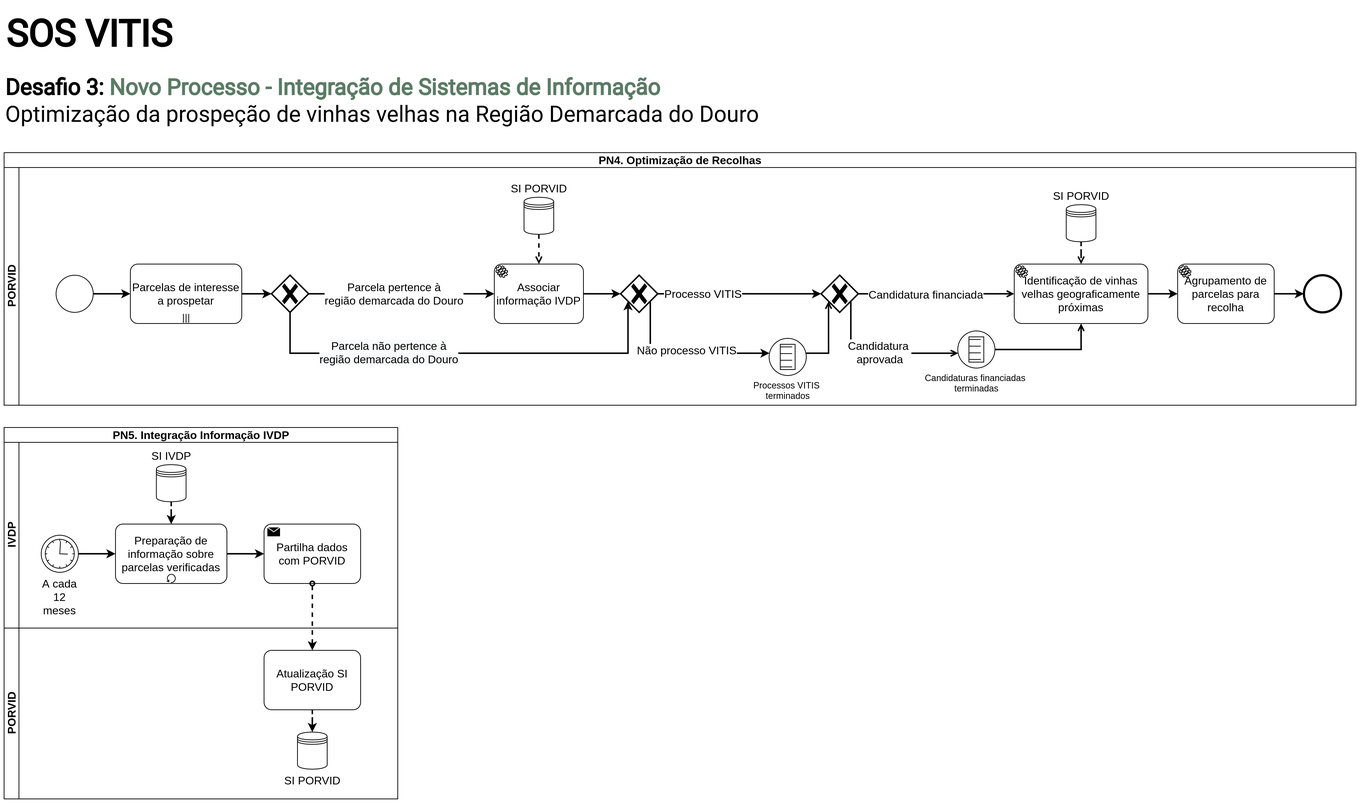
The draw.io diagram docs/diagramas/desafio3/export/desafio3-novo-SI.png in hdiogosilva/sos-vitis, before a commit. Source tidied: cells renumbered, new cells last; positions are measured from the earlier drawing's top-left corner, leaving out a move shared by most shapes.
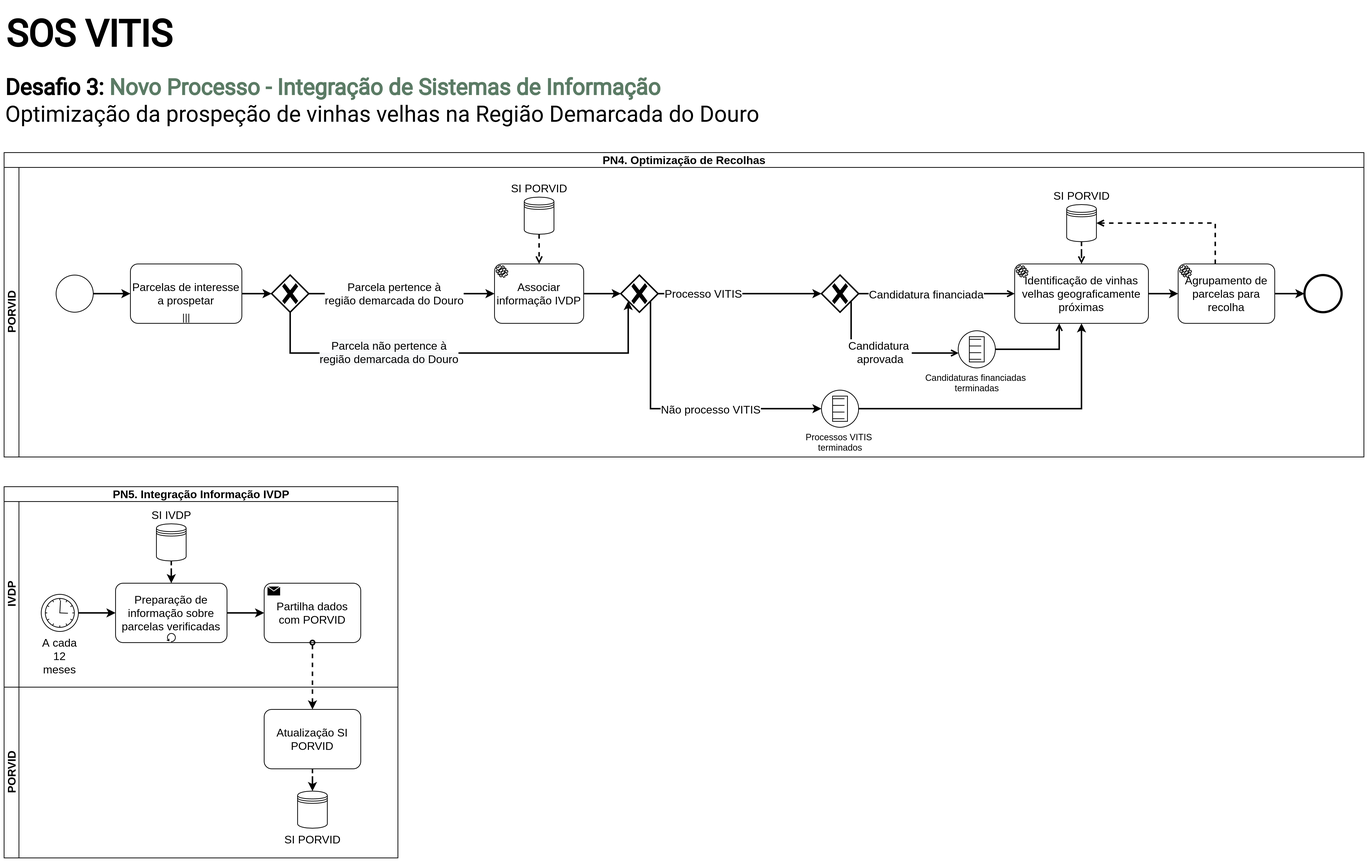
The same file after the commit.

Commit message:
Update BPMN Desafio 3

Change to the diagram source:
```diff
@@ -9,10 +9,10 @@
       <mxGeometry width="230" height="80" as="geometry" />
     </mxCell>
     <mxCell id="4" value="&lt;span style=&quot;font-size: 15px ; background-color: rgb(255 , 255 , 255)&quot;&gt;PN4. Optimização de Recolhas&lt;/span&gt;" style="swimlane;html=1;horizontal=1;startSize=20;" parent="1" vertex="1">
-      <mxGeometry y="200" width="1820" height="340" as="geometry" />
+      <mxGeometry y="200" width="1830" height="410" as="geometry" />
     </mxCell>
     <mxCell id="5" value="&lt;span style=&quot;font-size: 15px&quot;&gt;PORVID&lt;/span&gt;" style="swimlane;html=1;startSize=20;horizontal=0;" parent="4" vertex="1">
-      <mxGeometry y="20" width="1820" height="320" as="geometry" />
+      <mxGeometry y="20" width="1830" height="390" as="geometry" />
     </mxCell>
     <mxCell id="6" style="edgeStyle=orthogonalEdgeStyle;rounded=0;jumpStyle=arc;jettySize=auto;html=1;labelBackgroundColor=default;fontSize=15;startArrow=none;startFill=0;endArrow=open;endFill=0;strokeWidth=2;dashed=1;" parent="5" edge="1" source="7" target="35">
       <mxGeometry relative="1" as="geometry" />
@@ -29,19 +29,19 @@
     <mxCell id="10" style="edgeStyle=orthogonalEdgeStyle;rounded=0;jettySize=auto;html=1;fontSize=15;startArrow=none;startFill=0;endArrow=classic;endFill=1;strokeWidth=2;" parent="5" edge="1" source="8" target="22">
       <mxGeometry relative="1" as="geometry">
         <Array as="points">
-          <mxPoint x="870" y="250" />
+          <mxPoint x="870" y="325" />
         </Array>
       </mxGeometry>
     </mxCell>
     <mxCell id="11" value="Não processo VITIS" style="edgeLabel;html=1;align=center;verticalAlign=middle;fontSize=15;" parent="10" vertex="1">
       <mxGeometry x="-0.1" y="-1" relative="1" as="geometry">
-        <mxPoint x="14" y="-6" as="offset" />
+        <mxPoint x="56" y="-1" as="offset" />
       </mxGeometry>
     </mxCell>
-    <mxCell id="12" style="edgeStyle=orthogonalEdgeStyle;rounded=0;jettySize=auto;html=1;startArrow=none;startFill=0;endArrow=classic;endFill=1;strokeWidth=2;" parent="5" edge="1" source="37" target="16">
+    <mxCell id="12" style="edgeStyle=orthogonalEdgeStyle;rounded=0;jettySize=auto;html=1;startArrow=none;startFill=0;endArrow=classic;endFill=1;strokeWidth=2;" parent="5" edge="1" source="38" target="16">
       <mxGeometry relative="1" as="geometry" />
     </mxCell>
-    <mxCell id="13" style="edgeStyle=orthogonalEdgeStyle;rounded=0;jettySize=auto;html=1;fontSize=15;startArrow=none;startFill=0;endArrow=classic;endFill=1;strokeWidth=2;" parent="5" edge="1" source="36" target="37">
+    <mxCell id="13" style="edgeStyle=orthogonalEdgeStyle;rounded=0;jettySize=auto;html=1;fontSize=15;startArrow=none;startFill=0;endArrow=classic;endFill=1;strokeWidth=2;" parent="5" edge="1" source="36" target="38">
       <mxGeometry relative="1" as="geometry" />
     </mxCell>
     <mxCell id="14" style="edgeStyle=orthogonalEdgeStyle;rounded=0;jettySize=auto;html=1;dashed=1;fontSize=15;startArrow=none;startFill=0;endArrow=open;endFill=0;strokeWidth=2;" parent="5" edge="1" source="15" target="36">
@@ -65,15 +65,11 @@
     <mxCell id="20" value="Parcelas de interesse a prospetar" style="points=[[0.25,0,0],[0.5,0,0],[0.75,0,0],[1,0.25,0],[1,0.5,0],[1,0.75,0],[0.75,1,0],[0.5,1,0],[0.25,1,0],[0,0.75,0],[0,0.5,0],[0,0.25,0]];shape=mxgraph.bpmn.task;whiteSpace=wrap;rectStyle=rounded;size=10;taskMarker=abstract;isLoopMultiParallel=1;fontSize=15;strokeWidth=1;" parent="5" vertex="1">
       <mxGeometry x="170" y="130" width="150" height="80" as="geometry" />
     </mxCell>
-    <mxCell id="21" style="edgeStyle=orthogonalEdgeStyle;rounded=0;jumpStyle=arc;jettySize=auto;html=1;labelBackgroundColor=default;fontSize=15;startArrow=none;startFill=0;endArrow=open;endFill=0;strokeWidth=2;" parent="5" edge="1" source="22" target="32">
-      <mxGeometry relative="1" as="geometry">
-        <Array as="points">
-          <mxPoint x="1110" y="250" />
-        </Array>
-      </mxGeometry>
+    <mxCell id="21" style="edgeStyle=orthogonalEdgeStyle;rounded=0;jettySize=auto;html=1;strokeWidth=2;" parent="5" edge="1" source="22" target="36">
+      <mxGeometry relative="1" as="geometry" />
     </mxCell>
     <mxCell id="22" value="Processos VITIS &lt;br&gt;terminados" style="points=[[0.145,0.145,0],[0.5,0,0],[0.855,0.145,0],[1,0.5,0],[0.855,0.855,0],[0.5,1,0],[0.145,0.855,0],[0,0.5,0]];shape=mxgraph.bpmn.event;html=1;verticalLabelPosition=bottom;labelBackgroundColor=#ffffff;verticalAlign=top;align=center;perimeter=ellipsePerimeter;outlineConnect=0;outline=standard;symbol=conditional;fillColor=none;" parent="5" vertex="1">
-      <mxGeometry x="1030" y="230" width="50" height="50" as="geometry" />
+      <mxGeometry x="1100" y="300" width="50" height="50" as="geometry" />
     </mxCell>
     <mxCell id="23" value="Parcela pertence à&lt;br&gt;região demarcada do Douro" style="edgeStyle=orthogonalEdgeStyle;rounded=0;jumpStyle=arc;jettySize=auto;html=1;labelBackgroundColor=default;fontSize=15;startArrow=none;startFill=0;endArrow=classic;endFill=1;strokeWidth=2;" parent="5" edge="1" source="26" target="35">
       <mxGeometry x="-0.07" relative="1" as="geometry">
@@ -121,7 +117,11 @@
       <mxGeometry x="1100" y="145" width="50" height="50" as="geometry" />
     </mxCell>
     <mxCell id="33" style="edgeStyle=orthogonalEdgeStyle;rounded=0;jumpStyle=arc;jettySize=auto;html=1;labelBackgroundColor=default;fontSize=15;startArrow=none;startFill=0;endArrow=open;endFill=0;strokeWidth=2;" parent="5" edge="1" source="34" target="36">
-      <mxGeometry relative="1" as="geometry" />
+      <mxGeometry relative="1" as="geometry">
+        <Array as="points">
+          <mxPoint x="1420" y="245" />
+        </Array>
+      </mxGeometry>
     </mxCell>
     <mxCell id="34" value="Candidaturas financiadas &lt;br&gt;terminadas" style="points=[[0.145,0.145,0],[0.5,0,0],[0.855,0.145,0],[1,0.5,0],[0.855,0.855,0],[0.5,1,0],[0.145,0.855,0],[0,0.5,0]];shape=mxgraph.bpmn.event;html=1;verticalLabelPosition=bottom;labelBackgroundColor=#ffffff;verticalAlign=top;align=center;perimeter=ellipsePerimeter;outlineConnect=0;outline=standard;symbol=conditional;fillColor=none;" parent="5" vertex="1">
       <mxGeometry x="1284" y="220" width="50" height="50" as="geometry" />
@@ -132,55 +132,62 @@
     <mxCell id="36" value="Identificação de vinhas velhas geograficamente próximas" style="points=[[0.25,0,0],[0.5,0,0],[0.75,0,0],[1,0.25,0],[1,0.5,0],[1,0.75,0],[0.75,1,0],[0.5,1,0],[0.25,1,0],[0,0.75,0],[0,0.5,0],[0,0.25,0]];shape=mxgraph.bpmn.task;whiteSpace=wrap;rectStyle=rounded;size=10;taskMarker=service;fontSize=15;" parent="5" vertex="1">
       <mxGeometry x="1360" y="130" width="180" height="80" as="geometry" />
     </mxCell>
-    <mxCell id="37" value="Agrupamento de parcelas para recolha" style="points=[[0.25,0,0],[0.5,0,0],[0.75,0,0],[1,0.25,0],[1,0.5,0],[1,0.75,0],[0.75,1,0],[0.5,1,0],[0.25,1,0],[0,0.75,0],[0,0.5,0],[0,0.25,0]];shape=mxgraph.bpmn.task;whiteSpace=wrap;rectStyle=rounded;size=10;taskMarker=service;fontSize=15;" parent="5" vertex="1">
-      <mxGeometry x="1580" y="130" width="130" height="80" as="geometry" />
+    <mxCell id="37" style="edgeStyle=orthogonalEdgeStyle;rounded=0;jettySize=auto;html=1;entryX=1;entryY=0.5;entryDx=0;entryDy=0;strokeWidth=2;dashed=1;endArrow=open;endFill=0;" parent="5" edge="1" source="38" target="15">
+      <mxGeometry relative="1" as="geometry">
+        <Array as="points">
+          <mxPoint x="1630" y="75" />
+        </Array>
+      </mxGeometry>
     </mxCell>
-    <mxCell id="38" value="&lt;span style=&quot;background-color: rgb(255 , 255 , 255)&quot;&gt;PN5. Integração Informação IVDP&lt;/span&gt;" style="swimlane;html=1;horizontal=1;startSize=20;fontSize=15;" parent="1" vertex="1">
-      <mxGeometry y="570" width="530" height="500" as="geometry" />
+    <mxCell id="38" value="Agrupamento de parcelas para recolha" style="points=[[0.25,0,0],[0.5,0,0],[0.75,0,0],[1,0.25,0],[1,0.5,0],[1,0.75,0],[0.75,1,0],[0.5,1,0],[0.25,1,0],[0,0.75,0],[0,0.5,0],[0,0.25,0]];shape=mxgraph.bpmn.task;whiteSpace=wrap;rectStyle=rounded;size=10;taskMarker=service;fontSize=15;" parent="5" vertex="1">
+      <mxGeometry x="1580" y="130" width="130" height="80" as="geometry" />
     </mxCell>
-    <mxCell id="39" value="IVDP" style="swimlane;html=1;startSize=20;horizontal=0;fontSize=15;" parent="38" vertex="1">
-      <mxGeometry y="20" width="530" height="250" as="geometry" />
+    <mxCell id="39" value="&lt;span style=&quot;background-color: rgb(255 , 255 , 255)&quot;&gt;PN5. Integração Informação IVDP&lt;/span&gt;" style="swimlane;html=1;horizontal=1;startSize=20;fontSize=15;" parent="1" vertex="1">
+      <mxGeometry y="650" width="530" height="500" as="geometry" />
     </mxCell>
-    <mxCell id="40" value="SI IVDP" style="shape=datastore;labelPosition=center;verticalLabelPosition=top;align=center;verticalAlign=bottom;rounded=0;shadow=0;glass=0;sketch=0;fontSize=15;html=1;" parent="39" vertex="1">
-      <mxGeometry x="205" y="30" width="40" height="50" as="geometry" />
+    <mxCell id="40" value="IVDP" style="swimlane;html=1;startSize=20;horizontal=0;fontSize=15;" parent="39" vertex="1">
+      <mxGeometry y="20" width="530" height="250" as="geometry" />
     </mxCell>
-    <mxCell id="41" value="Partilha dados com PORVID" style="points=[[0.25,0,0],[0.5,0,0],[0.75,0,0],[1,0.25,0],[1,0.5,0],[1,0.75,0],[0.75,1,0],[0.5,1,0],[0.25,1,0],[0,0.75,0],[0,0.5,0],[0,0.25,0]];shape=mxgraph.bpmn.task;whiteSpace=wrap;rectStyle=rounded;size=10;taskMarker=send;rounded=0;shadow=0;glass=0;sketch=0;fontSize=15;align=center;verticalAlign=middle;html=1;strokeWidth=1;" parent="39" vertex="1">
-      <mxGeometry x="350" y="110" width="130" height="80" as="geometry" />
+    <mxCell id="41" value="SI IVDP" style="shape=datastore;labelPosition=center;verticalLabelPosition=top;align=center;verticalAlign=bottom;rounded=0;shadow=0;glass=0;sketch=0;fontSize=15;html=1;" parent="40" vertex="1">
+      <mxGeometry x="205" y="30" width="40" height="50" as="geometry" />
     </mxCell>
-    <mxCell id="42" value="&lt;span style=&quot;font-family: &amp;#34;helvetica&amp;#34;&quot;&gt;Preparação de informação sobre parcelas verificadas&lt;/span&gt;" style="points=[[0.25,0,0],[0.5,0,0],[0.75,0,0],[1,0.25,0],[1,0.5,0],[1,0.75,0],[0.75,1,0],[0.5,1,0],[0.25,1,0],[0,0.75,0],[0,0.5,0],[0,0.25,0]];shape=mxgraph.bpmn.task;whiteSpace=wrap;rectStyle=rounded;size=10;taskMarker=abstract;isLoopStandard=1;fontFamily=Roboto;fontSource=https%3A%2F%2Ffonts.googleapis.com%2Fcss%3Ffamily%3DRoboto;fontSize=15;fontColor=#000000;strokeColor=default;strokeWidth=1;fillColor=default;gradientColor=none;html=1;" parent="39" vertex="1">
-      <mxGeometry x="150" y="110" width="150" height="80" as="geometry" />
+    <mxCell id="42" value="Partilha dados com PORVID" style="points=[[0.25,0,0],[0.5,0,0],[0.75,0,0],[1,0.25,0],[1,0.5,0],[1,0.75,0],[0.75,1,0],[0.5,1,0],[0.25,1,0],[0,0.75,0],[0,0.5,0],[0,0.25,0]];shape=mxgraph.bpmn.task;whiteSpace=wrap;rectStyle=rounded;size=10;taskMarker=send;rounded=0;shadow=0;glass=0;sketch=0;fontSize=15;align=center;verticalAlign=middle;html=1;strokeWidth=1;" parent="40" vertex="1">
+      <mxGeometry x="350" y="110" width="130" height="80" as="geometry" />
     </mxCell>
-    <mxCell id="43" style="edgeStyle=orthogonalEdgeStyle;rounded=0;jumpStyle=arc;jettySize=auto;html=1;labelBackgroundColor=default;fontSize=15;startArrow=none;startFill=0;endArrow=classic;endFill=1;strokeWidth=2;" parent="39" edge="1" source="46" target="42">
-      <mxGeometry relative="1" as="geometry" />
+    <mxCell id="43" value="&lt;span style=&quot;font-family: &amp;#34;helvetica&amp;#34;&quot;&gt;Preparação de informação sobre parcelas verificadas&lt;/span&gt;" style="points=[[0.25,0,0],[0.5,0,0],[0.75,0,0],[1,0.25,0],[1,0.5,0],[1,0.75,0],[0.75,1,0],[0.5,1,0],[0.25,1,0],[0,0.75,0],[0,0.5,0],[0,0.25,0]];shape=mxgraph.bpmn.task;whiteSpace=wrap;rectStyle=rounded;size=10;taskMarker=abstract;isLoopStandard=1;fontFamily=Roboto;fontSource=https%3A%2F%2Ffonts.googleapis.com%2Fcss%3Ffamily%3DRoboto;fontSize=15;fontColor=#000000;strokeColor=default;strokeWidth=1;fillColor=default;gradientColor=none;html=1;" parent="40" vertex="1">
+      <mxGeometry x="150" y="110" width="150" height="80" as="geometry" />
     </mxCell>
-    <mxCell id="44" style="edgeStyle=orthogonalEdgeStyle;rounded=0;jettySize=auto;html=1;fontSize=15;startArrow=none;startFill=0;endArrow=classic;endFill=1;strokeWidth=2;dashed=1;" parent="39" edge="1" source="40" target="42">
+    <mxCell id="44" style="edgeStyle=orthogonalEdgeStyle;rounded=0;jumpStyle=arc;jettySize=auto;html=1;labelBackgroundColor=default;fontSize=15;startArrow=none;startFill=0;endArrow=classic;endFill=1;strokeWidth=2;" parent="40" edge="1" source="47" target="43">
       <mxGeometry relative="1" as="geometry" />
     </mxCell>
-    <mxCell id="45" style="edgeStyle=orthogonalEdgeStyle;rounded=0;jettySize=auto;html=1;fontSize=15;startArrow=none;startFill=0;endArrow=classic;endFill=1;strokeWidth=2;" parent="39" edge="1" source="42" target="41">
+    <mxCell id="45" style="edgeStyle=orthogonalEdgeStyle;rounded=0;jettySize=auto;html=1;fontSize=15;startArrow=none;startFill=0;endArrow=classic;endFill=1;strokeWidth=2;dashed=1;" parent="40" edge="1" source="41" target="43">
       <mxGeometry relative="1" as="geometry" />
     </mxCell>
-    <mxCell id="46" value="A cada 12 meses" style="points=[[0.145,0.145,0],[0.5,0,0],[0.855,0.145,0],[1,0.5,0],[0.855,0.855,0],[0.5,1,0],[0.145,0.855,0],[0,0.5,0]];shape=mxgraph.bpmn.event;html=1;verticalLabelPosition=bottom;labelBackgroundColor=#ffffff;verticalAlign=top;align=center;perimeter=ellipsePerimeter;outlineConnect=0;outline=standard;symbol=timer;fontSize=15;whiteSpace=wrap;" parent="39" vertex="1">
-      <mxGeometry x="50" y="125" width="50" height="50" as="geometry" />
+    <mxCell id="46" style="edgeStyle=orthogonalEdgeStyle;rounded=0;jettySize=auto;html=1;fontSize=15;startArrow=none;startFill=0;endArrow=classic;endFill=1;strokeWidth=2;" parent="40" edge="1" source="43" target="42">
+      <mxGeometry relative="1" as="geometry" />
     </mxCell>
-    <mxCell id="47" value="PORVID" style="swimlane;html=1;startSize=20;horizontal=0;fontSize=15;" parent="38" vertex="1">
-      <mxGeometry y="270" width="530" height="230" as="geometry" />
+    <mxCell id="47" value="A cada 12 meses" style="points=[[0.145,0.145,0],[0.5,0,0],[0.855,0.145,0],[1,0.5,0],[0.855,0.855,0],[0.5,1,0],[0.145,0.855,0],[0,0.5,0]];shape=mxgraph.bpmn.event;html=1;verticalLabelPosition=bottom;labelBackgroundColor=#ffffff;verticalAlign=top;align=center;perimeter=ellipsePerimeter;outlineConnect=0;outline=standard;symbol=timer;fontSize=15;whiteSpace=wrap;" parent="40" vertex="1">
+      <mxGeometry x="50" y="125" width="50" height="50" as="geometry" />
     </mxCell>
-    <mxCell id="48" style="edgeStyle=orthogonalEdgeStyle;rounded=0;jettySize=auto;html=1;dashed=1;fontSize=15;strokeWidth=2;" parent="47" edge="1" source="49" target="50">
-      <mxGeometry relative="1" as="geometry" />
+    <mxCell id="48" value="PORVID" style="swimlane;html=1;startSize=20;horizontal=0;fontSize=15;" parent="39" vertex="1">
+      <mxGeometry y="270" width="530" height="230" as="geometry" />
     </mxCell>
-    <mxCell id="49" value="Atualização SI PORVID" style="points=[[0.25,0,0],[0.5,0,0],[0.75,0,0],[1,0.25,0],[1,0.5,0],[1,0.75,0],[0.75,1,0],[0.5,1,0],[0.25,1,0],[0,0.75,0],[0,0.5,0],[0,0.25,0]];shape=mxgraph.bpmn.task;whiteSpace=wrap;rectStyle=rounded;size=10;taskMarker=abstract;rounded=0;shadow=0;glass=0;sketch=0;fontSize=15;align=center;verticalAlign=middle;html=1;" parent="47" vertex="1">
-      <mxGeometry x="350" y="30" width="130" height="80" as="geometry" />
+    <mxCell id="49" style="edgeStyle=orthogonalEdgeStyle;rounded=0;jettySize=auto;html=1;dashed=1;fontSize=15;strokeWidth=2;" parent="48" edge="1" source="50" target="51">
+      <mxGeometry relative="1" as="geometry" />
     </mxCell>
-    <mxCell id="50" value="SI PORVID" style="shape=datastore;labelPosition=center;verticalLabelPosition=bottom;align=center;verticalAlign=top;rounded=0;shadow=0;glass=0;sketch=0;fontSize=15;html=1;" parent="47" vertex="1">
-      <mxGeometry x="395" y="140" width="40" height="50" as="geometry" />
+    <mxCell id="50" value="Atualização SI PORVID" style="points=[[0.25,0,0],[0.5,0,0],[0.75,0,0],[1,0.25,0],[1,0.5,0],[1,0.75,0],[0.75,1,0],[0.5,1,0],[0.25,1,0],[0,0.75,0],[0,0.5,0],[0,0.25,0]];shape=mxgraph.bpmn.task;whiteSpace=wrap;rectStyle=rounded;size=10;taskMarker=abstract;rounded=0;shadow=0;glass=0;sketch=0;fontSize=15;align=center;verticalAlign=middle;html=1;" parent="48" vertex="1">
+      <mxGeometry x="350" y="30" width="130" height="80" as="geometry" />
     </mxCell>
-    <mxCell id="51" style="edgeStyle=orthogonalEdgeStyle;rounded=0;jettySize=auto;html=1;fontSize=15;startArrow=oval;startFill=0;endArrow=classic;endFill=1;strokeWidth=2;dashed=1;" parent="38" edge="1" source="41" target="49">
-      <mxGeometry relative="1" as="geometry">
-        <Array as="points">
-          <mxPoint x="415" y="250" />
-          <mxPoint x="415" y="250" />
-        </Array>
-      </mxGeometry>
+    <mxCell id="51" value="SI PORVID" style="shape=datastore;labelPosition=center;verticalLabelPosition=bottom;align=center;verticalAlign=top;rounded=0;shadow=0;glass=0;sketch=0;fontSize=15;html=1;" parent="48" vertex="1">
+      <mxGeometry x="395" y="140" width="40" height="50" as="geometry" />
     </mxCell>
+    <mxCell id="52" style="edgeStyle=orthogonalEdgeStyle;rounded=0;jettySize=auto;html=1;fontSize=15;startArrow=oval;startFill=0;endArrow=classic;endFill=1;strokeWidth=2;dashed=1;" parent="39" edge="1" source="42" target="50">
+      <mxGeometry relative="1" as="geometry">
+        <Array as="points">
+          <mxPoint x="415" y="250" />
+          <mxPoint x="415" y="250" />
+        </Array>
+      </mxGeometry>
+    </mxCell>
   </root>
 </mxGraphModel>
```
